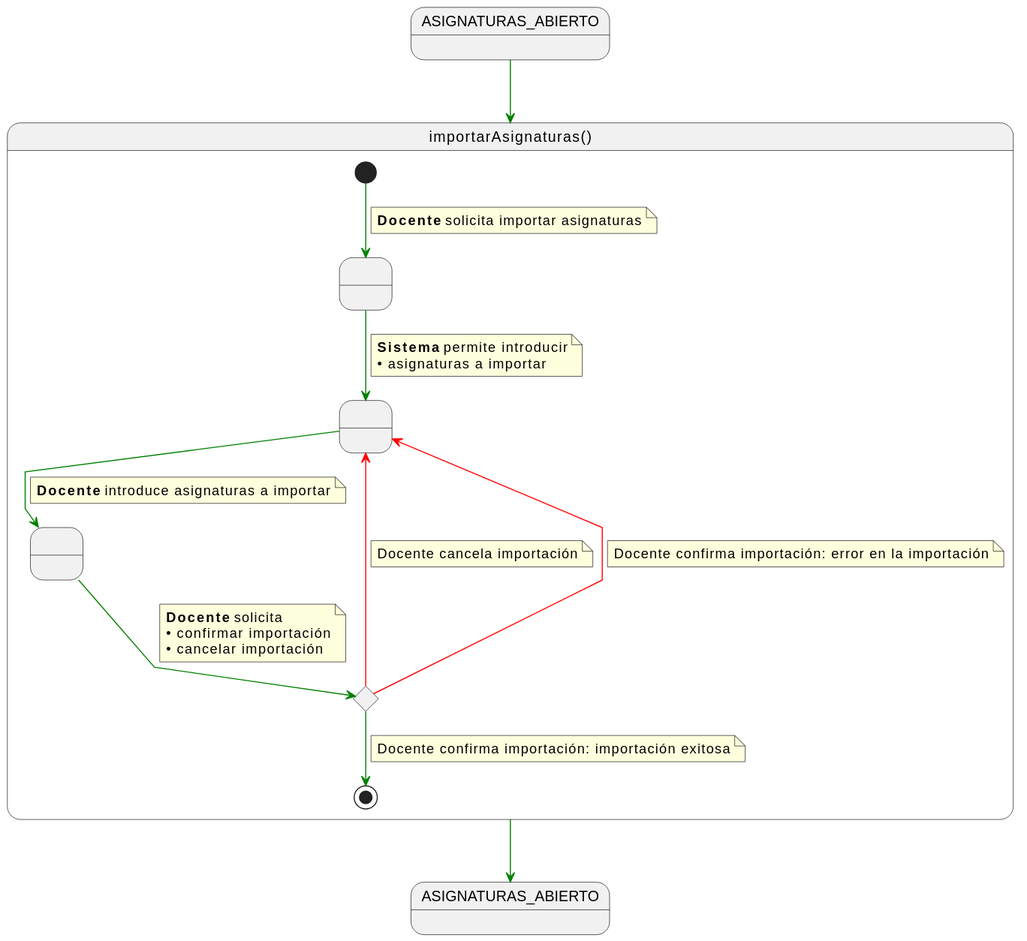
Earlier version of the PlantUML export documents/casos-de-uso/detalladoCasosDeUso/importarAsignaturas/importarAsignaturas.svg (martinlopez7/25-26-IdSw1-SdR).
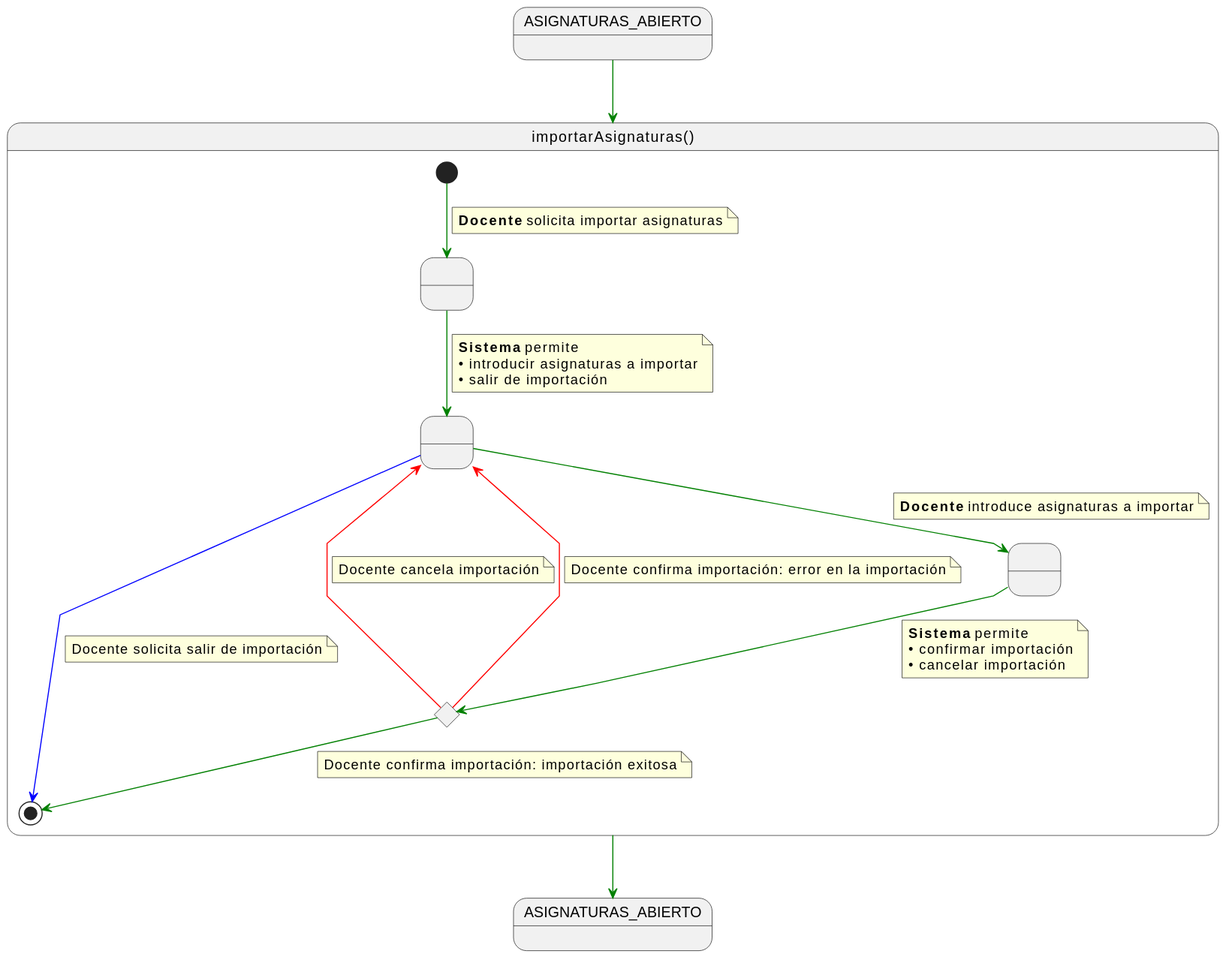
The same file after the commit.

Diff of the diagram source:
```diff
@@ -17,8 +17,9 @@
 
     RequiringImport -[#green]-> ProvidingAsignaturas
     note on link
-    <b>Sistema</b> permite introducir
-    • asignaturas a importar
+    <b>Sistema</b> permite
+    • introducir asignaturas a importar
+    • salir de importación
     end note
 
     ProvidingAsignaturas -[#green]-> ProvidingConfirmation
@@ -28,7 +29,7 @@
 
     ProvidingConfirmation -[#green]-> c
     note on link
-    <b>Docente</b> solicita
+    <b>Sistema</b> permite
     • confirmar importación
     • cancelar importación
     end note
@@ -47,6 +48,11 @@
     note on link
     Docente confirma importación: importación exitosa
     end note
+
+    ProvidingAsignaturas -[#blue]-> [*]
+    note on link
+    Docente solicita salir de importación
+    end note
 }
 
 ASIGNATURAS_ABIERTO -[#green]-> importarAsignaturas
```
